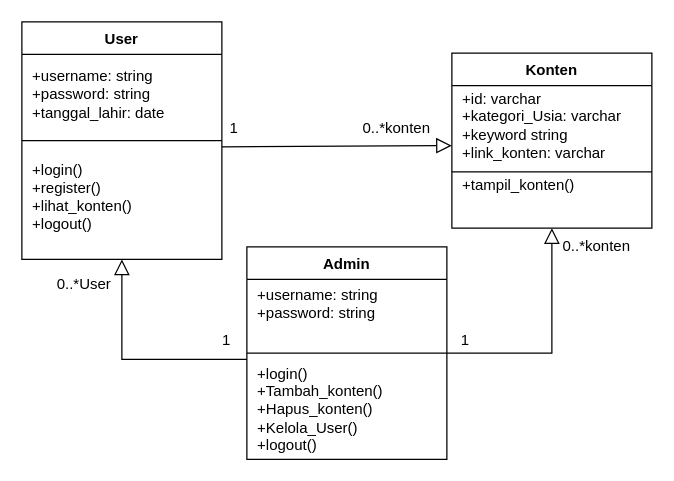
Above: Class Diagram.drawio in abdraiin/Sistem-Rekomendasi-Konten (draw.io), before the change. Source tidied: cells renumbered, new cells numbered last; positions are measured from the earlier drawing's top-left corner, leaving out a move shared by most shapes. Both pictures are drawn from the tidied source at 125%, with x=0, y=0 at pixel (21, 21).
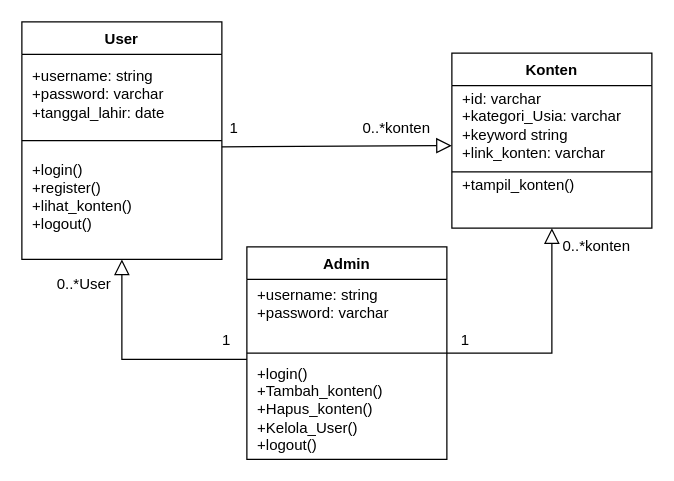
The same diagram, later.

The change refers to these unchanged cells:
```xml
<mxCell id="2" value="User" style="swimlane;fontStyle=1;align=center;verticalAlign=top;horizontal=1;startSize=26;rounded=0;shadow=0;strokeWidth=1;" parent="1" vertex="1">
  <mxGeometry width="160" height="190" as="geometry" />
</mxCell>
<mxCell id="13" value="Admin" style="swimlane;fontStyle=1;align=center;verticalAlign=top;horizontal=1;startSize=26;rounded=0;shadow=0;strokeWidth=1;" parent="1" vertex="1">
  <mxGeometry x="180" y="180" width="160" height="170" as="geometry" />
</mxCell>
```

Change to the diagram source:
```diff
@@
-    <mxCell id="3" value="&amp;nbsp; +username: string&lt;div&gt;&amp;nbsp; +password: string&lt;/div&gt;&lt;div&gt;&lt;span style=&quot;background-color: transparent; color: light-dark(rgb(0, 0, 0), rgb(255, 255, 255));&quot;&gt;&amp;nbsp; +tanggal_lahir: date&lt;/span&gt;&lt;/div&gt;" style="text;html=1;whiteSpace=wrap;strokeColor=none;fillColor=none;align=left;verticalAlign=middle;rounded=0;" parent="2" vertex="1">
+    <mxCell id="3" value="&amp;nbsp; +username: string&lt;div&gt;&amp;nbsp; +password: varchar&lt;/div&gt;&lt;div&gt;&lt;span style=&quot;background-color: transparent; color: light-dark(rgb(0, 0, 0), rgb(255, 255, 255));&quot;&gt;&amp;nbsp; +tanggal_lahir: date&lt;/span&gt;&lt;/div&gt;" style="text;html=1;whiteSpace=wrap;strokeColor=none;fillColor=none;align=left;verticalAlign=middle;rounded=0;" parent="2" vertex="1">
       <mxGeometry y="26" width="160" height="64" as="geometry" />
     </mxCell>
@@
-    <mxCell id="14" value="&amp;nbsp; +username: string&lt;div&gt;&amp;nbsp; +password: string&lt;/div&gt;&lt;div&gt;&lt;span style=&quot;background-color: transparent; color: light-dark(rgb(0, 0, 0), rgb(255, 255, 255));&quot;&gt;&amp;nbsp;&lt;/span&gt;&lt;/div&gt;" style="text;html=1;whiteSpace=wrap;strokeColor=none;fillColor=none;align=left;verticalAlign=middle;rounded=0;" parent="13" vertex="1">
+    <mxCell id="14" value="&amp;nbsp; +username: string&lt;div&gt;&amp;nbsp; +password: varchar&lt;/div&gt;&lt;div&gt;&lt;span style=&quot;background-color: transparent; color: light-dark(rgb(0, 0, 0), rgb(255, 255, 255));&quot;&gt;&amp;nbsp;&lt;/span&gt;&lt;/div&gt;" style="text;html=1;whiteSpace=wrap;strokeColor=none;fillColor=none;align=left;verticalAlign=middle;rounded=0;" parent="13" vertex="1">
       <mxGeometry y="26" width="160" height="54" as="geometry" />
     </mxCell>
```
